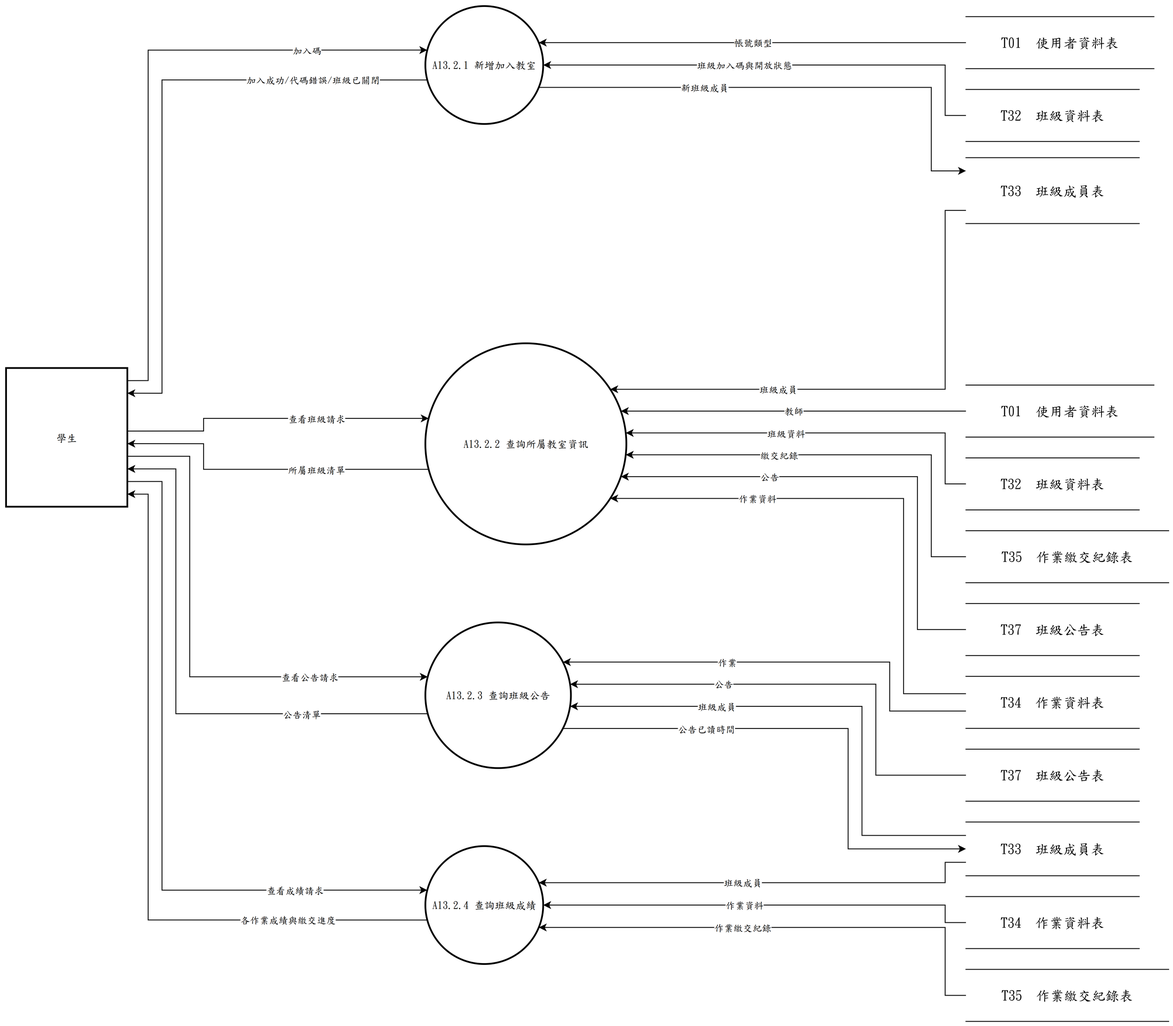
Earlier version of the draw.io export 系統文件/第6章/DFD圖/圖13/圖13-2.drawio.png (s22452007/115502). Source tidied: cells renumbered, new cells last; positions are measured from the earlier drawing's top-left corner, leaving out a move shared by most shapes.
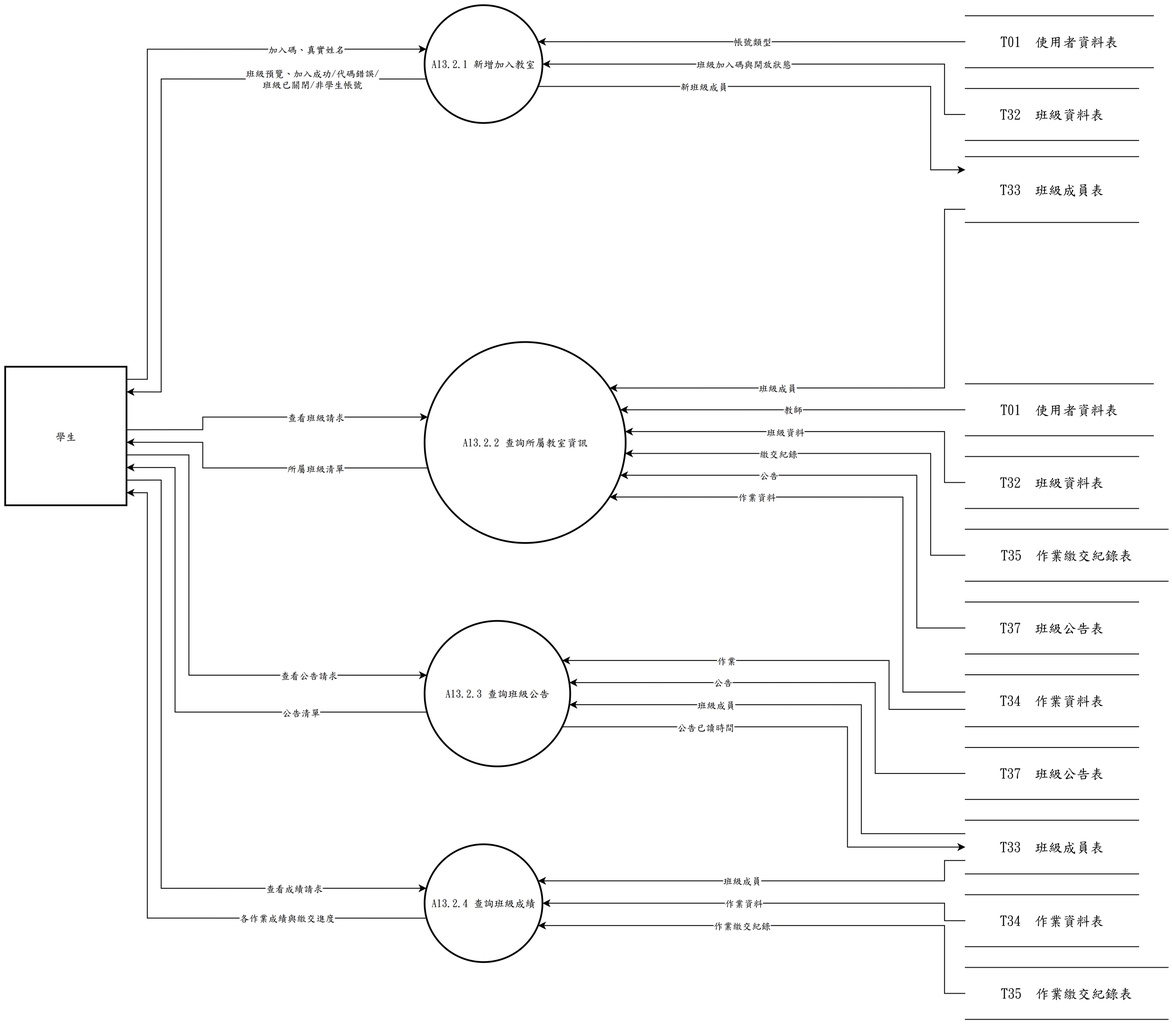
The same file after the commit.

What changed in the source:
```diff
@@ -61,7 +61,7 @@
         </Array>
       </mxGeometry>
     </mxCell>
-    <mxCell id="20" value="加入碼" style="edgeLabel;html=1;align=center;verticalAlign=middle;fontFamily=標楷體;" parent="19" vertex="1">
+    <mxCell id="20" value="加入碼、真實姓名" style="edgeLabel;html=1;align=center;verticalAlign=middle;fontFamily=標楷體;" parent="19" vertex="1">
       <mxGeometry x="0.61" relative="1" as="geometry" />
     </mxCell>
     <mxCell id="21" style="edgeStyle=none;rounded=0;html=1;fontFamily=標楷體;endArrow=classic;exitX=0.0000;exitY=0.5000;exitDx=0;exitDy=0;exitPerimeter=0;entryX=1.0000;entryY=0.5000;entryDx=0;entryDy=0;entryPerimeter=0;" parent="1" edge="1" source="8" target="2">
@@ -89,7 +89,7 @@
         </Array>
       </mxGeometry>
     </mxCell>
-    <mxCell id="26" value="加入成功/代碼錯誤/班級已關閉" style="edgeLabel;html=1;align=center;verticalAlign=middle;fontFamily=標楷體;" parent="25" vertex="1">
+    <mxCell id="26" value="班級預覽、加入成功/代碼錯誤/&lt;br&gt;班級已關閉/非學生帳號" style="edgeLabel;html=1;align=center;verticalAlign=middle;fontFamily=標楷體;" parent="25" vertex="1">
       <mxGeometry x="-0.62" relative="1" as="geometry" />
     </mxCell>
     <mxCell id="27" style="edgeStyle=none;rounded=0;html=1;fontFamily=標楷體;endArrow=classic;exitX=0.9625;exitY=0.6900;exitDx=0;exitDy=0;exitPerimeter=0;entryX=0.0000;entryY=0.2000;entryDx=0;entryDy=0;entryPerimeter=0;" parent="1" edge="1" source="2" target="9">
```
